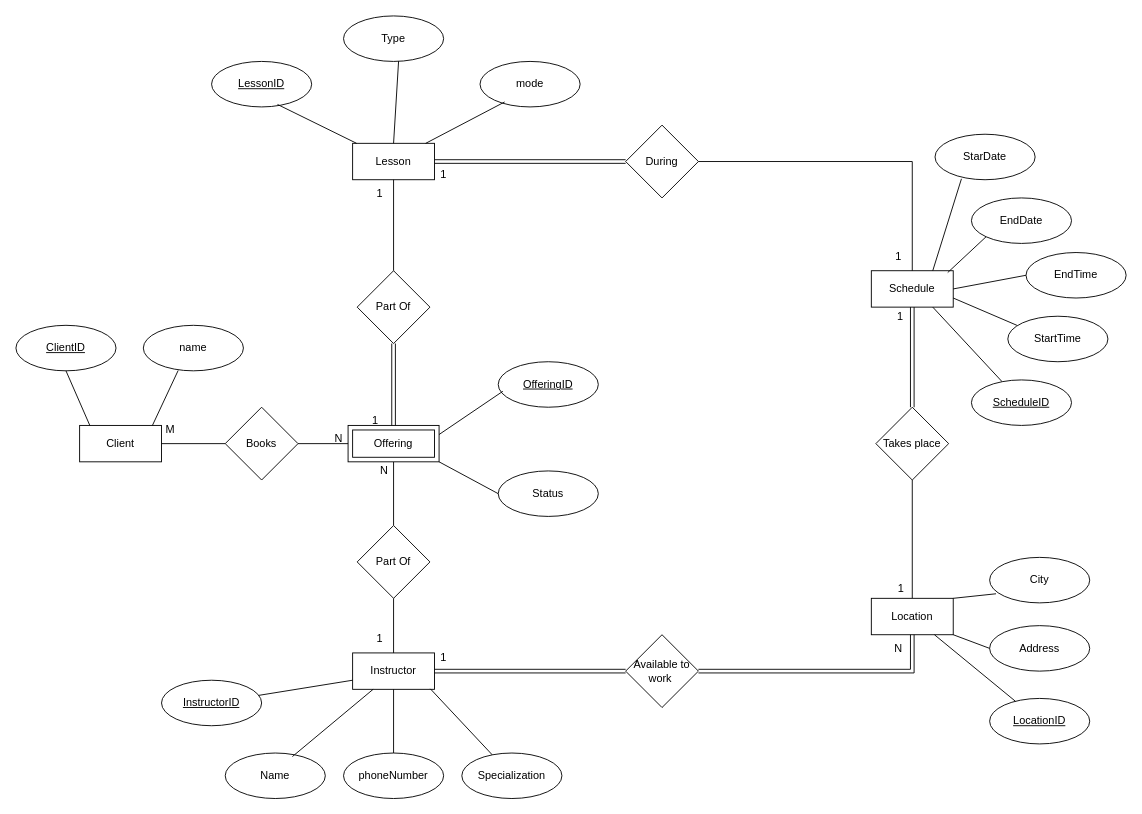
Above: Q2.drawio in JeremyCrete/363A1 (draw.io), before the change. Source tidied: cells renumbered, new cells numbered last; positions are measured from the earlier drawing's top-left corner, leaving out a move shared by most shapes. Both pictures are drawn from the tidied source at 91%, with x=0, y=0 at pixel (15, 15).
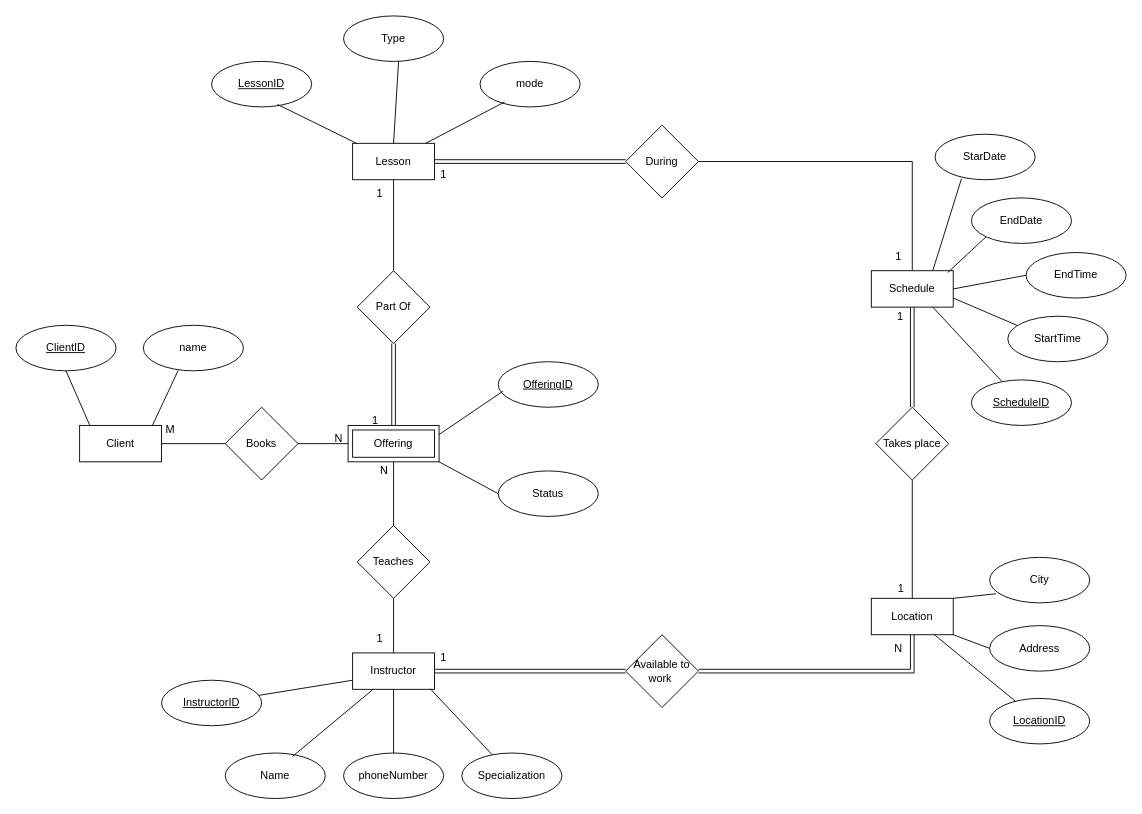
After the change.

Diff of the diagram source:
```diff
@@
-    <mxCell id="29" value="Part Of" style="rhombus;whiteSpace=wrap;html=1;" parent="1" vertex="1">
+    <mxCell id="29" value="Teaches" style="rhombus;whiteSpace=wrap;html=1;" parent="1" vertex="1">
       <mxGeometry x="375" y="560" width="80" height="80" as="geometry" />
     </mxCell>
```
